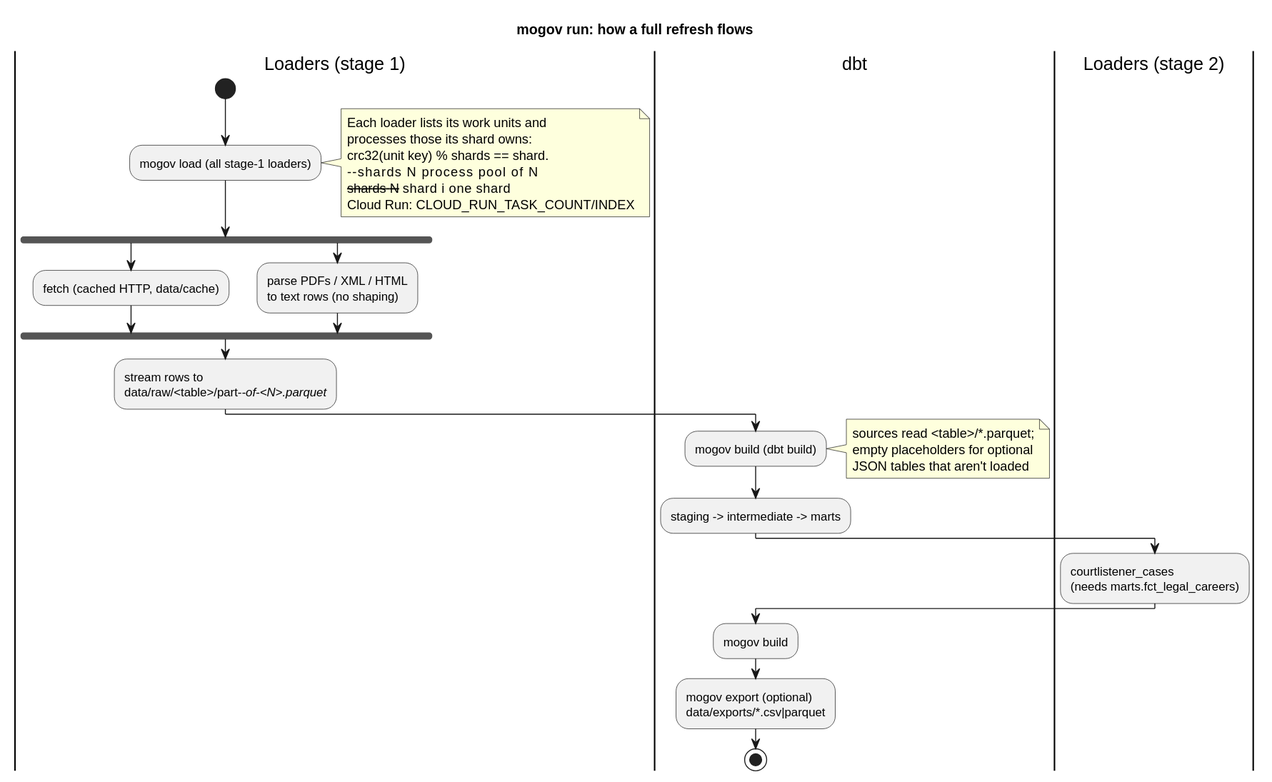
akettmann/missouri_gov_feed keeps this PlantUML diagram as docs/diagrams/pipeline.svg. Above is the earlier version. Its source is kept beside it as docs/diagrams/pipeline.puml. Source of this version:
```plantuml
@startuml pipeline
title mogov run: how a full refresh flows

|Loaders (stage 1)|
start
:mogov load (all stage-1 loaders);
note right
  Each loader lists its work units and
  processes those its shard owns:
  crc32(unit key) % shards == shard.
  --shards N        process pool of N
  --shards N --shard i   one shard
  Cloud Run: CLOUD_RUN_TASK_COUNT/INDEX
end note
fork
  :fetch (cached HTTP, data/cache);
fork again
  :parse PDFs / XML / HTML
  to text rows (no shaping);
end fork
:stream rows to
data/raw/<table>/part-<i>-of-<N>.parquet;

|dbt|
:mogov build (dbt build);
note right
  sources read <table>/*.parquet;
  empty placeholders for optional
  JSON tables that aren't loaded
end note
:staging -> intermediate -> marts;

|Loaders (stage 2)|
:courtlistener_cases
(needs marts.fct_legal_careers);

|dbt|
:mogov build;
:mogov export (optional)
data/exports/*.csv|parquet;
stop
@enduml
```
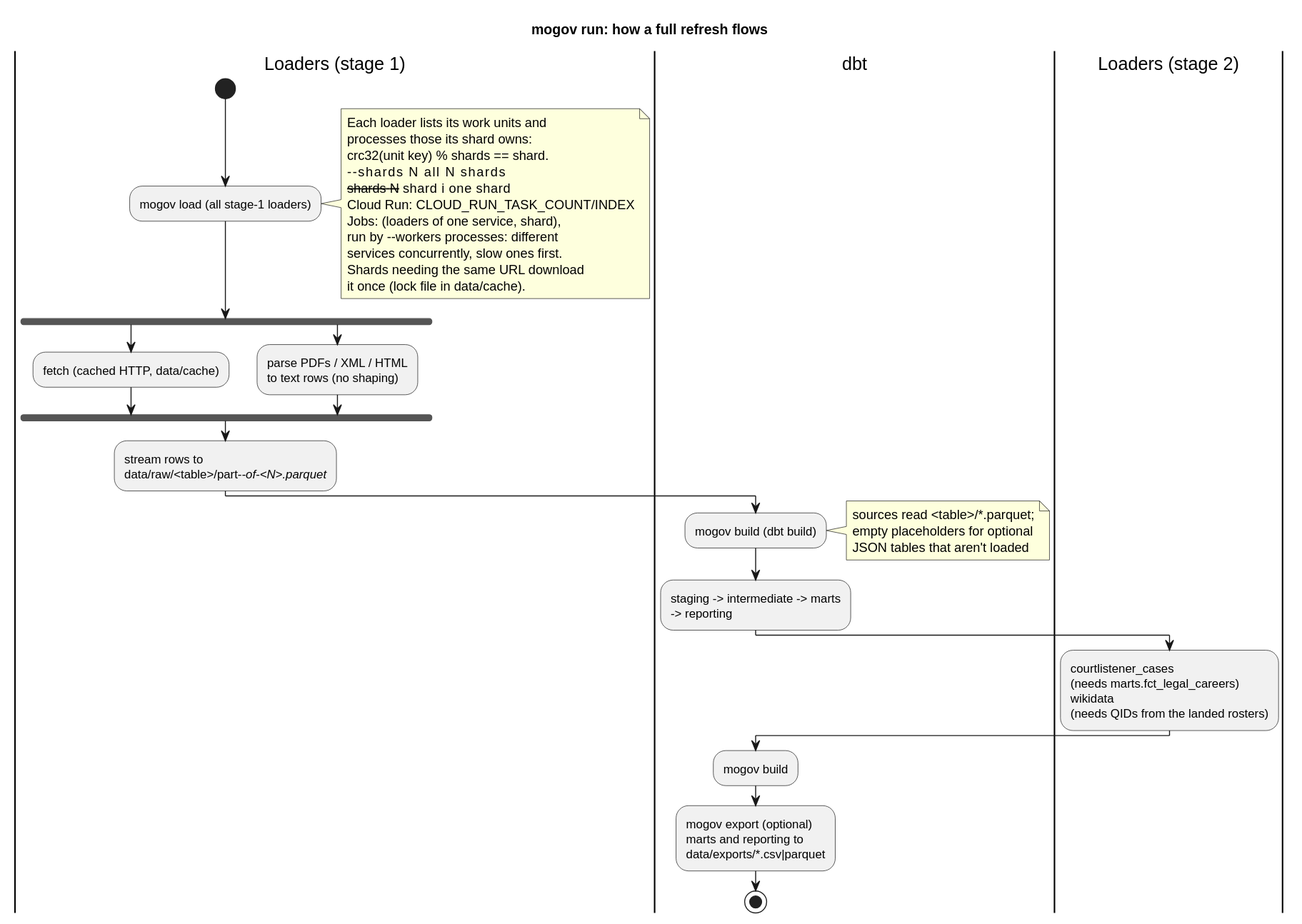
Later version of the same file.

The edit, as a diff of the source:
```diff
@@ -8,9 +8,14 @@
   Each loader lists its work units and
   processes those its shard owns:
   crc32(unit key) % shards == shard.
-  --shards N        process pool of N
+  --shards N        all N shards
   --shards N --shard i   one shard
   Cloud Run: CLOUD_RUN_TASK_COUNT/INDEX
+  Jobs: (loaders of one service, shard),
+  run by --workers processes: different
+  services concurrently, slow ones first.
+  Shards needing the same URL download
+  it once (lock file in data/cache).
 end note
 fork
   :fetch (cached HTTP, data/cache);
@@ -28,15 +33,19 @@
   empty placeholders for optional
   JSON tables that aren't loaded
 end note
-:staging -> intermediate -> marts;
+:staging -> intermediate -> marts
+-> reporting;
 
 |Loaders (stage 2)|
 :courtlistener_cases
-(needs marts.fct_legal_careers);
+(needs marts.fct_legal_careers)
+wikidata
+(needs QIDs from the landed rosters);
 
 |dbt|
 :mogov build;
 :mogov export (optional)
+marts and reporting to
 data/exports/*.csv|parquet;
 stop
 @enduml
```
